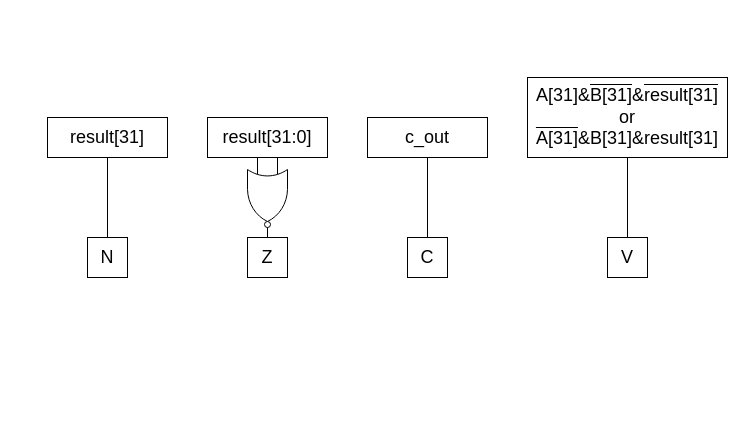
Earlier version of the draw.io diagram page "Comparator" (16 of 16) of docs/dlx_architecture.drawio (lorenzobadas/DLX). Source tidied: cells renumbered, new cells numbered last; positions are measured from the earlier drawing's top-left corner, leaving out a move shared by most shapes. Both pictures are drawn from the tidied source at 100%, with x=0, y=0 at pixel (47, 77).
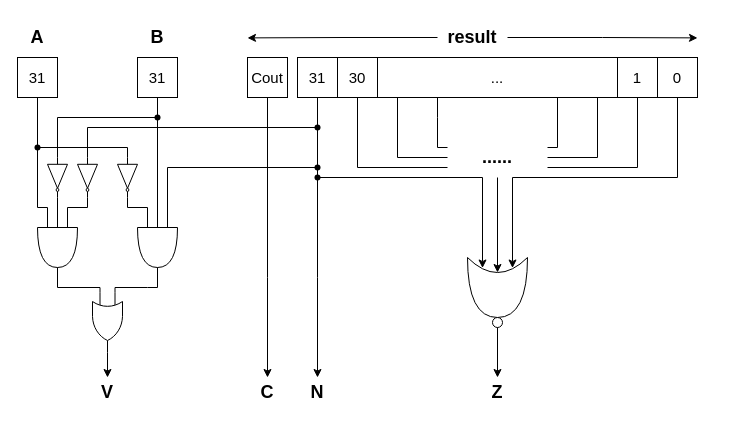
The same diagram, later.

What changed in the source:
```diff
@@
-    <mxCell id="2" style="verticalLabelPosition=bottom;shadow=0;dashed=0;align=center;html=1;verticalAlign=top;shape=mxgraph.electrical.logic_gates.logic_gate;operation=or;negating=1;negSize=0.15;rotation=90;" parent="1" vertex="1">
-      <mxGeometry x="180" y="100" width="80" height="40" as="geometry" />
-    </mxCell>
-    <mxCell id="3" value="&lt;font style=&quot;font-size: 18px;&quot;&gt;result[31:0]&lt;/font&gt;" style="text;html=1;align=center;verticalAlign=middle;whiteSpace=wrap;rounded=0;strokeColor=default;" parent="1" vertex="1">
-      <mxGeometry x="160" y="40" width="120" height="40" as="geometry" />
-    </mxCell>
+    <mxCell id="14" style="edgeStyle=orthogonalEdgeStyle;rounded=0;jettySize=auto;html=1;exitX=0.5;exitY=1;exitDx=0;exitDy=0;entryX=0.175;entryY=0.75;entryDx=0;entryDy=0;entryPerimeter=0;" parent="1" edge="1" source="32" target="17">
+      <mxGeometry relative="1" as="geometry" />
+    </mxCell>
+    <mxCell id="15" style="edgeStyle=orthogonalEdgeStyle;rounded=0;jettySize=auto;html=1;exitX=0.5;exitY=1;exitDx=0;exitDy=0;entryX=0.175;entryY=0.25;entryDx=0;entryDy=0;entryPerimeter=0;" parent="1" edge="1" source="35" target="17">
+      <mxGeometry relative="1" as="geometry" />
+    </mxCell>
+    <mxCell id="16" style="group;" parent="1" vertex="1">
+      <mxGeometry x="420" y="180" width="60" height="70" as="geometry" />
+    </mxCell>
+    <mxCell id="17" style="shape=xor;whiteSpace=wrap;html=1;rotation=90;" parent="16" vertex="1">
+      <mxGeometry width="60" height="60" as="geometry" />
+    </mxCell>
+    <mxCell id="18" style="ellipse;whiteSpace=wrap;html=1;" parent="16" vertex="1">
+      <mxGeometry x="25" y="60" width="10" height="10" as="geometry" />
+    </mxCell>
-    <mxCell id="4" value="&lt;font style=&quot;font-size: 18px;&quot;&gt;Z&lt;/font&gt;" style="text;html=1;align=center;verticalAlign=middle;whiteSpace=wrap;rounded=0;strokeColor=default;" parent="1" vertex="1">
-      <mxGeometry x="200" y="160" width="40" height="40" as="geometry" />
+    <mxCell id="4" value="&lt;font style=&quot;font-size: 18px;&quot;&gt;&lt;b&gt;Z&lt;/b&gt;&lt;/font&gt;" style="text;html=1;align=center;verticalAlign=middle;whiteSpace=wrap;rounded=0;" parent="1" vertex="1">
+      <mxGeometry x="430" y="300" width="40" height="30" as="geometry" />
     </mxCell>
-    <mxCell id="5" style="edgeStyle=orthogonalEdgeStyle;rounded=0;jettySize=auto;html=1;exitX=0.5;exitY=1;exitDx=0;exitDy=0;entryX=0.5;entryY=0;entryDx=0;entryDy=0;endArrow=none;endFill=0;" parent="1" edge="1" source="6" target="7">
-      <mxGeometry relative="1" as="geometry" />
-    </mxCell>
-    <mxCell id="6" value="&lt;font style=&quot;font-size: 18px;&quot;&gt;result[31]&lt;/font&gt;" style="text;html=1;align=center;verticalAlign=middle;whiteSpace=wrap;rounded=0;strokeColor=default;" parent="1" vertex="1">
-      <mxGeometry y="40" width="120" height="40" as="geometry" />
-    </mxCell>
+    <mxCell id="19" style="edgeStyle=orthogonalEdgeStyle;rounded=0;jettySize=auto;html=1;exitX=0.5;exitY=1;exitDx=0;exitDy=0;entryX=0.5;entryY=0;entryDx=0;entryDy=0;" parent="1" edge="1" source="18" target="4">
+      <mxGeometry relative="1" as="geometry" />
+    </mxCell>
-    <mxCell id="7" value="&lt;font style=&quot;font-size: 18px;&quot;&gt;N&lt;/font&gt;" style="text;html=1;align=center;verticalAlign=middle;whiteSpace=wrap;rounded=0;strokeColor=default;" parent="1" vertex="1">
-      <mxGeometry x="40" y="160" width="40" height="40" as="geometry" />
+    <mxCell id="7" value="&lt;font style=&quot;font-size: 18px;&quot;&gt;&lt;b&gt;N&lt;/b&gt;&lt;/font&gt;" style="text;html=1;align=center;verticalAlign=middle;whiteSpace=wrap;rounded=0;" parent="1" vertex="1">
+      <mxGeometry x="250" y="300" width="40" height="30" as="geometry" />
     </mxCell>
-    <mxCell id="8" style="edgeStyle=orthogonalEdgeStyle;rounded=0;jettySize=auto;html=1;exitX=0.5;exitY=1;exitDx=0;exitDy=0;entryX=0.5;entryY=0;entryDx=0;entryDy=0;endArrow=none;endFill=0;" parent="1" edge="1" source="9" target="10">
-      <mxGeometry relative="1" as="geometry" />
-    </mxCell>
-    <mxCell id="9" value="&lt;font style=&quot;font-size: 18px;&quot;&gt;c_out&lt;/font&gt;" style="text;html=1;align=center;verticalAlign=middle;whiteSpace=wrap;rounded=0;strokeColor=default;" parent="1" vertex="1">
-      <mxGeometry x="320" y="40" width="120" height="40" as="geometry" />
-    </mxCell>
+    <mxCell id="20" style="edgeStyle=orthogonalEdgeStyle;rounded=0;jettySize=auto;html=1;exitX=0.5;exitY=1;exitDx=0;exitDy=0;entryX=0.5;entryY=0;entryDx=0;entryDy=0;" parent="1" edge="1" source="32" target="7">
+      <mxGeometry relative="1" as="geometry">
+        <Array as="points">
+          <mxPoint x="270" y="200" />
+          <mxPoint x="270" y="200" />
+        </Array>
+      </mxGeometry>
+    </mxCell>
-    <mxCell id="10" value="&lt;font style=&quot;font-size: 18px;&quot;&gt;C&lt;/font&gt;" style="text;html=1;align=center;verticalAlign=middle;whiteSpace=wrap;rounded=0;strokeColor=default;" parent="1" vertex="1">
-      <mxGeometry x="360" y="160" width="40" height="40" as="geometry" />
+    <mxCell id="10" value="&lt;font style=&quot;font-size: 18px;&quot;&gt;&lt;b&gt;C&lt;/b&gt;&lt;/font&gt;" style="text;html=1;align=center;verticalAlign=middle;whiteSpace=wrap;rounded=0;" parent="1" vertex="1">
+      <mxGeometry x="200" y="300" width="40" height="30" as="geometry" />
     </mxCell>
-    <mxCell id="11" style="edgeStyle=orthogonalEdgeStyle;rounded=0;jettySize=auto;html=1;exitX=0.5;exitY=1;exitDx=0;exitDy=0;entryX=0.5;entryY=0;entryDx=0;entryDy=0;endArrow=none;endFill=0;" parent="1" edge="1" source="12" target="13">
-      <mxGeometry relative="1" as="geometry" />
-    </mxCell>
-    <mxCell id="12" value="&lt;font style=&quot;font-size: 18px;&quot;&gt;A[31]&amp;amp;&lt;span style=&quot;text-decoration:overline&quot;&gt;B[31]&lt;/span&gt;&amp;amp;&lt;span style=&quot;text-decoration:overline&quot;&gt;result[31]&lt;/span&gt;&lt;/font&gt;&lt;div&gt;&lt;span style=&quot;font-size: 18px;&quot;&gt;or&lt;br&gt;&lt;/span&gt;&lt;div&gt;&lt;font style=&quot;font-size: 18px;&quot;&gt;&lt;span style=&quot;text-decoration:overline&quot;&gt;A[31]&lt;/span&gt;&amp;amp;B[31]&amp;amp;result[31]&lt;br&gt;&lt;/font&gt;&lt;/div&gt;&lt;/div&gt;" style="text;html=1;align=center;verticalAlign=middle;whiteSpace=wrap;rounded=0;strokeColor=default;" parent="1" vertex="1">
-      <mxGeometry x="480" width="200" height="80" as="geometry" />
-    </mxCell>
+    <mxCell id="21" style="edgeStyle=orthogonalEdgeStyle;rounded=0;jettySize=auto;html=1;exitX=0.5;exitY=1;exitDx=0;exitDy=0;entryX=0.5;entryY=0;entryDx=0;entryDy=0;" parent="1" edge="1" source="37" target="10">
+      <mxGeometry relative="1" as="geometry">
+        <Array as="points">
+          <mxPoint x="220" y="200" />
+          <mxPoint x="220" y="200" />
+        </Array>
+      </mxGeometry>
+    </mxCell>
+    <mxCell id="22" style="edgeStyle=orthogonalEdgeStyle;rounded=0;orthogonalLoop=1;jettySize=auto;html=1;exitX=0.5;exitY=1;exitDx=0;exitDy=0;endArrow=none;endFill=0;" parent="1" edge="1">
+      <mxGeometry relative="1" as="geometry">
+        <mxPoint x="350" y="20" as="sourcePoint" />
+        <mxPoint x="400" y="80" as="targetPoint" />
+        <Array as="points">
+          <mxPoint x="350" y="80" />
+          <mxPoint x="400" y="80" />
+        </Array>
+      </mxGeometry>
+    </mxCell>
+    <mxCell id="23" style="edgeStyle=orthogonalEdgeStyle;rounded=0;orthogonalLoop=1;jettySize=auto;html=1;exitX=0.5;exitY=1;exitDx=0;exitDy=0;endArrow=none;endFill=0;" parent="1" edge="1">
+      <mxGeometry relative="1" as="geometry">
+        <mxPoint x="550" y="20" as="sourcePoint" />
+        <mxPoint x="500" y="80" as="targetPoint" />
+        <Array as="points">
+          <mxPoint x="550" y="80" />
+        </Array>
+      </mxGeometry>
+    </mxCell>
+    <mxCell id="24" style="rounded=0;orthogonalLoop=1;jettySize=auto;html=1;exitX=0.5;exitY=1;exitDx=0;exitDy=0;endArrow=none;endFill=0;edgeStyle=orthogonalEdgeStyle;" parent="1" edge="1">
+      <mxGeometry relative="1" as="geometry">
+        <mxPoint x="390" y="20" as="sourcePoint" />
+        <mxPoint x="400" y="70" as="targetPoint" />
+        <Array as="points">
+          <mxPoint x="390" y="40" />
+          <mxPoint x="390" y="40" />
+        </Array>
+      </mxGeometry>
+    </mxCell>
+    <mxCell id="25" style="edgeStyle=orthogonalEdgeStyle;rounded=0;orthogonalLoop=1;jettySize=auto;html=1;exitX=0.5;exitY=1;exitDx=0;exitDy=0;endArrow=none;endFill=0;" parent="1" edge="1">
+      <mxGeometry relative="1" as="geometry">
+        <mxPoint x="510" y="20" as="sourcePoint" />
+        <mxPoint x="500" y="70" as="targetPoint" />
+        <Array as="points">
+          <mxPoint x="510" y="70" />
+        </Array>
+      </mxGeometry>
+    </mxCell>
+    <mxCell id="26" value="&lt;font style=&quot;font-size: 18px;&quot;&gt;&lt;b&gt;......&lt;/b&gt;&lt;/font&gt;" style="text;html=1;align=center;verticalAlign=middle;whiteSpace=wrap;rounded=0;" parent="1" vertex="1">
+      <mxGeometry x="410" y="60" width="80" height="40" as="geometry" />
+    </mxCell>
+    <mxCell id="27" style="edgeStyle=orthogonalEdgeStyle;rounded=0;jettySize=auto;html=1;exitX=1;exitY=0.5;exitDx=0;exitDy=0;" parent="1" edge="1" source="29">
+      <mxGeometry relative="1" as="geometry">
+        <mxPoint x="650" y="-39.6" as="targetPoint" />
+      </mxGeometry>
+    </mxCell>
+    <mxCell id="28" style="edgeStyle=orthogonalEdgeStyle;rounded=0;jettySize=auto;html=1;exitX=0;exitY=0.5;exitDx=0;exitDy=0;" parent="1" edge="1" source="29">
+      <mxGeometry relative="1" as="geometry">
+        <mxPoint x="200" y="-39.6" as="targetPoint" />
+      </mxGeometry>
+    </mxCell>
+    <mxCell id="29" value="&lt;font style=&quot;font-size: 18px;&quot;&gt;result&lt;/font&gt;" style="text;html=1;align=center;verticalAlign=middle;whiteSpace=wrap;rounded=0;strokeColor=none;fontStyle=1;" parent="1" vertex="1">
+      <mxGeometry x="390" y="-60" width="70" height="40" as="geometry" />
+    </mxCell>
+    <mxCell id="30" style="edgeStyle=orthogonalEdgeStyle;rounded=0;jettySize=auto;html=1;exitX=0.5;exitY=1;exitDx=0;exitDy=0;endArrow=none;endFill=0;" parent="1" edge="1" source="31">
+      <mxGeometry relative="1" as="geometry">
+        <mxPoint x="500" y="90" as="targetPoint" />
+        <Array as="points">
+          <mxPoint x="590" y="90" />
+        </Array>
+      </mxGeometry>
+    </mxCell>
+    <mxCell id="31" value="&lt;span&gt;&lt;font style=&quot;font-size: 15px;&quot;&gt;1&lt;/font&gt;&lt;/span&gt;" style="rounded=0;whiteSpace=wrap;html=1;fontStyle=0;" parent="1" vertex="1">
+      <mxGeometry x="570" y="-20" width="40" height="40" as="geometry" />
+    </mxCell>
+    <mxCell id="32" value="&lt;span&gt;&lt;font style=&quot;font-size: 15px;&quot;&gt;31&lt;/font&gt;&lt;/span&gt;" style="rounded=0;whiteSpace=wrap;html=1;fontStyle=0;" parent="1" vertex="1">
+      <mxGeometry x="250" y="-20" width="40" height="40" as="geometry" />
+    </mxCell>
+    <mxCell id="33" style="edgeStyle=orthogonalEdgeStyle;rounded=0;jettySize=auto;html=1;exitX=0.5;exitY=1;exitDx=0;exitDy=0;endArrow=none;endFill=0;" parent="1" edge="1" source="34">
+      <mxGeometry relative="1" as="geometry">
+        <mxPoint x="400" y="90" as="targetPoint" />
+        <Array as="points">
+          <mxPoint x="310" y="90" />
+          <mxPoint x="400" y="90" />
+        </Array>
+      </mxGeometry>
+    </mxCell>
+    <mxCell id="34" value="&lt;span&gt;&lt;font style=&quot;font-size: 15px;&quot;&gt;30&lt;/font&gt;&lt;/span&gt;" style="rounded=0;whiteSpace=wrap;html=1;fontStyle=0;" parent="1" vertex="1">
+      <mxGeometry x="290" y="-20" width="40" height="40" as="geometry" />
+    </mxCell>
+    <mxCell id="35" value="&lt;span style=&quot;font-size: 15px;&quot;&gt;&lt;span&gt;0&lt;/span&gt;&lt;/span&gt;" style="rounded=0;whiteSpace=wrap;html=1;fontStyle=0;" parent="1" vertex="1">
+      <mxGeometry x="610" y="-20" width="40" height="40" as="geometry" />
+    </mxCell>
+    <mxCell id="36" value="&lt;span&gt;&lt;font style=&quot;font-size: 15px;&quot;&gt;...&lt;/font&gt;&lt;/span&gt;" style="rounded=0;whiteSpace=wrap;html=1;fontStyle=0;" parent="1" vertex="1">
+      <mxGeometry x="330" y="-20" width="240" height="40" as="geometry" />
+    </mxCell>
+    <mxCell id="37" value="&lt;span&gt;&lt;font style=&quot;font-size: 15px;&quot;&gt;Cout&lt;/font&gt;&lt;/span&gt;" style="rounded=0;whiteSpace=wrap;html=1;fontStyle=0;" parent="1" vertex="1">
+      <mxGeometry x="200" y="-20" width="40" height="40" as="geometry" />
+    </mxCell>
+    <mxCell id="38" style="edgeStyle=orthogonalEdgeStyle;rounded=0;jettySize=auto;html=1;exitX=0.5;exitY=1;exitDx=0;exitDy=0;entryX=0.25;entryY=0.5;entryDx=0;entryDy=0;entryPerimeter=0;" parent="1" edge="1" source="26" target="17">
+      <mxGeometry relative="1" as="geometry" />
+    </mxCell>
+    <mxCell id="39" value="&lt;span&gt;&lt;font style=&quot;font-size: 15px;&quot;&gt;31&lt;/font&gt;&lt;/span&gt;" style="rounded=0;whiteSpace=wrap;html=1;fontStyle=0;" parent="1" vertex="1">
+      <mxGeometry x="-30" y="-20" width="40" height="40" as="geometry" />
+    </mxCell>
+    <mxCell id="40" value="&lt;span&gt;&lt;font style=&quot;font-size: 15px;&quot;&gt;31&lt;/font&gt;&lt;/span&gt;" style="rounded=0;whiteSpace=wrap;html=1;fontStyle=0;" parent="1" vertex="1">
+      <mxGeometry x="90" y="-20" width="40" height="40" as="geometry" />
+    </mxCell>
+    <mxCell id="41" value="&lt;font style=&quot;font-size: 18px;&quot;&gt;A&lt;/font&gt;" style="text;html=1;align=center;verticalAlign=middle;whiteSpace=wrap;rounded=0;strokeColor=none;fontStyle=1;" parent="1" vertex="1">
+      <mxGeometry x="-30" y="-60" width="40" height="40" as="geometry" />
+    </mxCell>
+    <mxCell id="42" value="&lt;span style=&quot;font-size: 18px;&quot;&gt;B&lt;/span&gt;" style="text;html=1;align=center;verticalAlign=middle;whiteSpace=wrap;rounded=0;strokeColor=none;fontStyle=1;" parent="1" vertex="1">
+      <mxGeometry x="90" y="-60" width="40" height="40" as="geometry" />
+    </mxCell>
+    <mxCell id="43" style="shape=or;whiteSpace=wrap;html=1;rotation=90;" parent="1" vertex="1">
+      <mxGeometry x="-10" y="150" width="40" height="40" as="geometry" />
+    </mxCell>
+    <mxCell id="44" style="verticalLabelPosition=bottom;shadow=0;dashed=0;align=center;html=1;verticalAlign=top;shape=mxgraph.electrical.logic_gates.inverter_2;rotation=90;" parent="1" vertex="1">
+      <mxGeometry x="-10" y="90" width="40" height="20" as="geometry" />
+    </mxCell>
+    <mxCell id="45" style="verticalLabelPosition=bottom;shadow=0;dashed=0;align=center;html=1;verticalAlign=top;shape=mxgraph.electrical.logic_gates.inverter_2;rotation=90;" parent="1" vertex="1">
+      <mxGeometry x="20" y="90" width="40" height="20" as="geometry" />
+    </mxCell>
+    <mxCell id="46" style="edgeStyle=orthogonalEdgeStyle;rounded=0;jettySize=auto;html=1;exitX=1;exitY=0.5;exitDx=0;exitDy=0;exitPerimeter=0;entryX=0;entryY=0.5;entryDx=0;entryDy=0;entryPerimeter=0;endArrow=none;endFill=0;" parent="1" edge="1" source="44" target="43">
+      <mxGeometry relative="1" as="geometry" />
+    </mxCell>
+    <mxCell id="47" style="edgeStyle=orthogonalEdgeStyle;rounded=0;jettySize=auto;html=1;exitX=1;exitY=0.5;exitDx=0;exitDy=0;exitPerimeter=0;entryX=0;entryY=0.25;entryDx=0;entryDy=0;entryPerimeter=0;endArrow=none;endFill=0;" parent="1" edge="1" source="45" target="43">
+      <mxGeometry relative="1" as="geometry">
+        <Array as="points">
+          <mxPoint x="40" y="130" />
+          <mxPoint x="20" y="130" />
+        </Array>
+      </mxGeometry>
+    </mxCell>
+    <mxCell id="48" style="shape=or;whiteSpace=wrap;html=1;rotation=90;" parent="1" vertex="1">
+      <mxGeometry x="90" y="150" width="40" height="40" as="geometry" />
+    </mxCell>
+    <mxCell id="49" style="verticalLabelPosition=bottom;shadow=0;dashed=0;align=center;html=1;verticalAlign=top;shape=mxgraph.electrical.logic_gates.inverter_2;rotation=90;" parent="1" vertex="1">
+      <mxGeometry x="60" y="90" width="40" height="20" as="geometry" />
+    </mxCell>
+    <mxCell id="50" style="edgeStyle=orthogonalEdgeStyle;rounded=0;jettySize=auto;html=1;exitX=1;exitY=0.5;exitDx=0;exitDy=0;exitPerimeter=0;entryX=0;entryY=0.75;entryDx=0;entryDy=0;entryPerimeter=0;endArrow=none;endFill=0;" parent="1" edge="1" source="49" target="48">
+      <mxGeometry relative="1" as="geometry">
+        <Array as="points">
+          <mxPoint x="80" y="130" />
+          <mxPoint x="100" y="130" />
+        </Array>
+      </mxGeometry>
+    </mxCell>
+    <mxCell id="51" style="edgeStyle=orthogonalEdgeStyle;rounded=0;jettySize=auto;html=1;exitX=0.5;exitY=1;exitDx=0;exitDy=0;entryX=0;entryY=0.75;entryDx=0;entryDy=0;entryPerimeter=0;endArrow=none;endFill=0;" parent="1" edge="1" source="39" target="43">
+      <mxGeometry relative="1" as="geometry">
+        <Array as="points">
+          <mxPoint x="-10" y="130" />
+          <mxPoint y="130" />
+        </Array>
+      </mxGeometry>
+    </mxCell>
+    <mxCell id="52" style="edgeStyle=orthogonalEdgeStyle;rounded=0;jettySize=auto;html=1;exitX=0.5;exitY=1;exitDx=0;exitDy=0;entryX=0;entryY=0.5;entryDx=0;entryDy=0;entryPerimeter=0;endArrow=none;endFill=0;" parent="1" edge="1" source="39" target="49">
+      <mxGeometry relative="1" as="geometry">
+        <Array as="points">
+          <mxPoint x="-10" y="70" />
+          <mxPoint x="80" y="70" />
+        </Array>
+      </mxGeometry>
+    </mxCell>
+    <mxCell id="53" style="edgeStyle=orthogonalEdgeStyle;rounded=0;jettySize=auto;html=1;exitX=0.5;exitY=1;exitDx=0;exitDy=0;entryX=0;entryY=0.5;entryDx=0;entryDy=0;entryPerimeter=0;endArrow=none;endFill=0;" parent="1" edge="1" source="40" target="44">
+      <mxGeometry relative="1" as="geometry">
+        <Array as="points">
+          <mxPoint x="110" y="40" />
+          <mxPoint x="10" y="40" />
+        </Array>
+      </mxGeometry>
+    </mxCell>
+    <mxCell id="54" style="edgeStyle=orthogonalEdgeStyle;rounded=0;jettySize=auto;html=1;exitX=0.5;exitY=1;exitDx=0;exitDy=0;entryX=0;entryY=0.5;entryDx=0;entryDy=0;entryPerimeter=0;endArrow=none;endFill=0;" parent="1" edge="1" source="40" target="48">
+      <mxGeometry relative="1" as="geometry">
+        <Array as="points">
+          <mxPoint x="110" y="30" />
+          <mxPoint x="110" y="30" />
+        </Array>
+      </mxGeometry>
+    </mxCell>
+    <mxCell id="55" style="edgeStyle=orthogonalEdgeStyle;rounded=0;jettySize=auto;html=1;exitX=0.5;exitY=1;exitDx=0;exitDy=0;entryX=0;entryY=0.5;entryDx=0;entryDy=0;entryPerimeter=0;endArrow=none;endFill=0;" parent="1" edge="1" source="32" target="45">
+      <mxGeometry relative="1" as="geometry" />
+    </mxCell>
+    <mxCell id="56" style="edgeStyle=orthogonalEdgeStyle;rounded=0;jettySize=auto;html=1;exitX=0.5;exitY=1;exitDx=0;exitDy=0;entryX=0;entryY=0.25;entryDx=0;entryDy=0;entryPerimeter=0;endArrow=none;endFill=0;" parent="1" edge="1" source="32" target="48">
+      <mxGeometry relative="1" as="geometry">
+        <Array as="points">
+          <mxPoint x="270" y="90" />
+          <mxPoint x="120" y="90" />
+        </Array>
+      </mxGeometry>
+    </mxCell>
+    <mxCell id="57" style="edgeStyle=orthogonalEdgeStyle;rounded=0;jettySize=auto;html=1;exitX=1;exitY=0.5;exitDx=0;exitDy=0;exitPerimeter=0;entryX=0.5;entryY=0;entryDx=0;entryDy=0;" parent="1" edge="1" source="58" target="13">
+      <mxGeometry relative="1" as="geometry" />
+    </mxCell>
+    <mxCell id="58" style="verticalLabelPosition=bottom;shadow=0;dashed=0;align=center;html=1;verticalAlign=top;shape=mxgraph.electrical.logic_gates.logic_gate;operation=or;rotation=90;" parent="1" vertex="1">
+      <mxGeometry x="30" y="230" width="60" height="30" as="geometry" />
+    </mxCell>
+    <mxCell id="59" style="edgeStyle=orthogonalEdgeStyle;rounded=0;jettySize=auto;html=1;exitX=1;exitY=0.5;exitDx=0;exitDy=0;exitPerimeter=0;entryX=0;entryY=0.25;entryDx=0;entryDy=0;entryPerimeter=0;endArrow=none;endFill=0;" parent="1" edge="1" source="48" target="58">
+      <mxGeometry relative="1" as="geometry">
+        <Array as="points">
+          <mxPoint x="100" y="210" />
+          <mxPoint x="52" y="210" />
+        </Array>
+      </mxGeometry>
+    </mxCell>
+    <mxCell id="60" style="edgeStyle=orthogonalEdgeStyle;rounded=0;jettySize=auto;html=1;exitX=1;exitY=0.5;exitDx=0;exitDy=0;exitPerimeter=0;entryX=0;entryY=0.75;entryDx=0;entryDy=0;entryPerimeter=0;endArrow=none;endFill=0;" parent="1" edge="1" source="43" target="58">
+      <mxGeometry relative="1" as="geometry">
+        <Array as="points">
+          <mxPoint x="10" y="210" />
+          <mxPoint x="53" y="210" />
+        </Array>
+      </mxGeometry>
+    </mxCell>
-    <mxCell id="13" value="&lt;span style=&quot;font-size: 18px;&quot;&gt;V&lt;/span&gt;" style="text;html=1;align=center;verticalAlign=middle;whiteSpace=wrap;rounded=0;strokeColor=default;" parent="1" vertex="1">
-      <mxGeometry x="560" y="160" width="40" height="40" as="geometry" />
+    <mxCell id="13" value="&lt;span style=&quot;font-size: 18px;&quot;&gt;&lt;b&gt;V&lt;/b&gt;&lt;/span&gt;" style="text;html=1;align=center;verticalAlign=middle;whiteSpace=wrap;rounded=0;" parent="1" vertex="1">
+      <mxGeometry x="40" y="300" width="40" height="30" as="geometry" />
     </mxCell>
+    <mxCell id="61" style="shape=waypoint;sketch=0;fillStyle=solid;size=6;fillColor=none;perimeter=centerPerimeter;" parent="1" vertex="1">
+      <mxGeometry x="-20" y="60" width="20" height="20" as="geometry" />
+    </mxCell>
+    <mxCell id="62" style="shape=waypoint;sketch=0;fillStyle=solid;size=6;fillColor=none;perimeter=centerPerimeter;" parent="1" vertex="1">
+      <mxGeometry x="100" y="30" width="20" height="20" as="geometry" />
+    </mxCell>
+    <mxCell id="63" style="shape=waypoint;sketch=0;fillStyle=solid;size=6;fillColor=none;perimeter=centerPerimeter;" parent="1" vertex="1">
+      <mxGeometry x="260" y="40" width="20" height="20" as="geometry" />
+    </mxCell>
+    <mxCell id="64" style="shape=waypoint;sketch=0;fillStyle=solid;size=6;fillColor=none;perimeter=centerPerimeter;" parent="1" vertex="1">
+      <mxGeometry x="260" y="80" width="20" height="20" as="geometry" />
+    </mxCell>
+    <mxCell id="65" style="shape=waypoint;sketch=0;fillStyle=solid;size=6;fillColor=none;perimeter=centerPerimeter;" parent="1" vertex="1">
+      <mxGeometry x="260" y="90" width="20" height="20" as="geometry" />
+    </mxCell>
```
